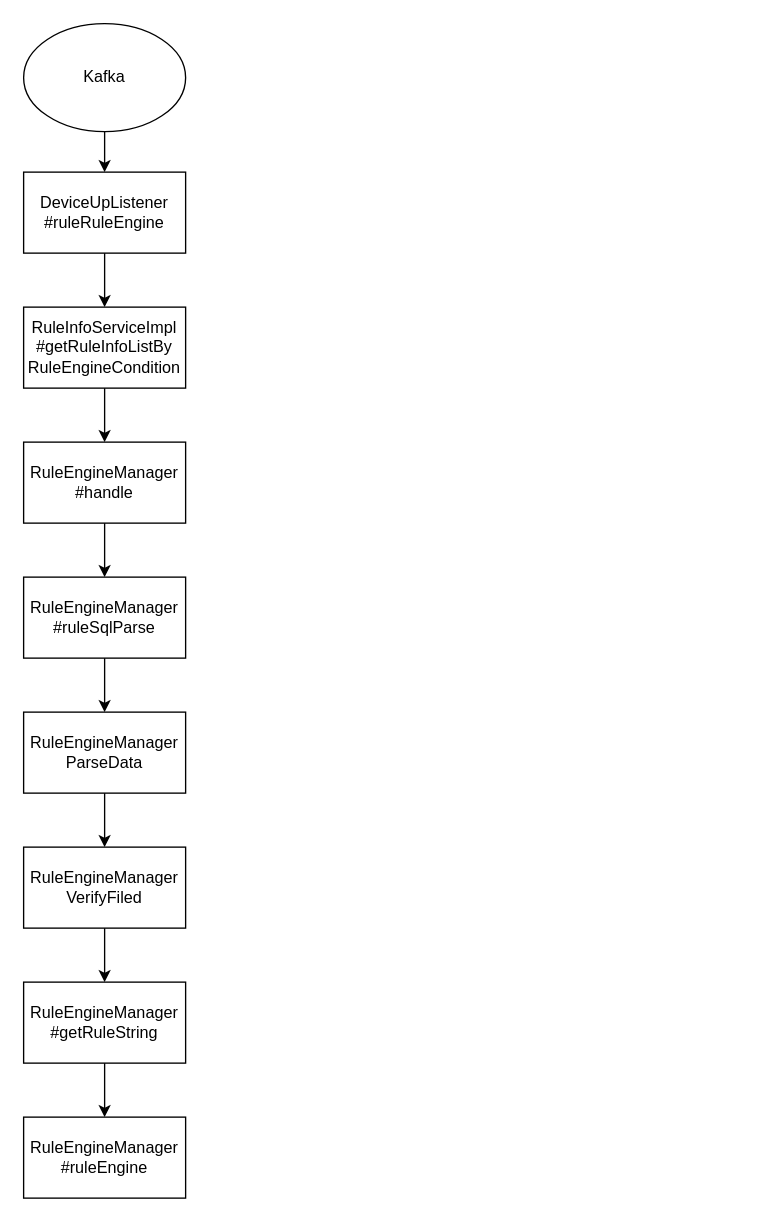
Earlier version of the draw.io diagram 规则引擎处理流程图.drawio (wjwzero/DesignDrawing-). Source tidied: cells renumbered, new cells numbered last; positions are measured from the earlier drawing's top-left corner, leaving out a move shared by most shapes. Both pictures are drawn from the tidied source at 135%, with x=0, y=0 at pixel (23, 23).
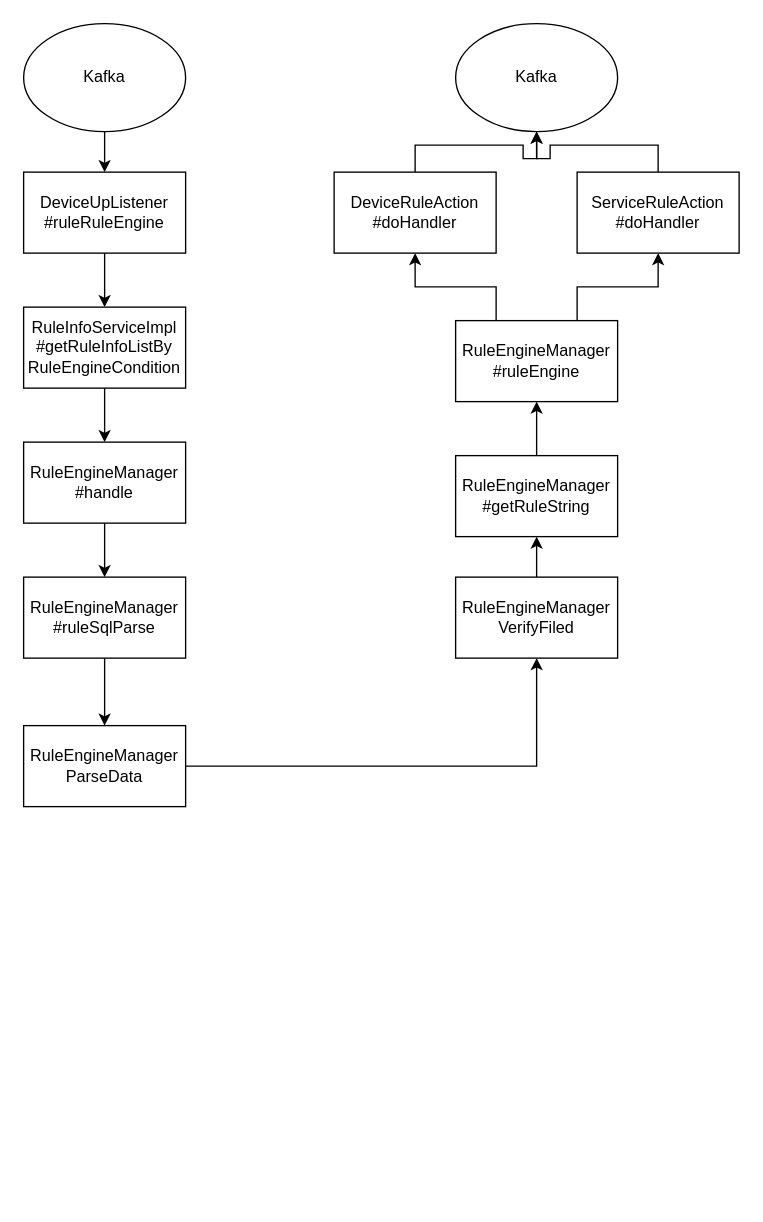
After the change.

Commit message (it also covers changes not shown here):
更新规则引擎处理流程图.drawio

The edit, as a diff of the source:
```diff
@@
     <mxCell id="13" value="RuleEngineManager&lt;br&gt;ParseData" style="whiteSpace=wrap;html=1;rounded=0;" parent="1" vertex="1">
-      <mxGeometry y="510" width="120" height="60" as="geometry" />
+      <mxGeometry y="520" width="120" height="60" as="geometry" />
     </mxCell>
@@
     <mxCell id="15" value="RuleEngineManager&lt;br&gt;VerifyFiled" style="whiteSpace=wrap;html=1;rounded=0;" parent="1" vertex="1">
-      <mxGeometry y="610" width="120" height="60" as="geometry" />
+      <mxGeometry x="320" y="410" width="120" height="60" as="geometry" />
     </mxCell>
@@
     <mxCell id="17" value="RuleEngineManager&lt;br&gt;#getRuleString" style="whiteSpace=wrap;html=1;rounded=0;" parent="1" vertex="1">
-      <mxGeometry y="710" width="120" height="60" as="geometry" />
+      <mxGeometry x="320" y="320" width="120" height="60" as="geometry" />
     </mxCell>
+    <mxCell id="19" style="edgeStyle=orthogonalEdgeStyle;rounded=0;jettySize=auto;html=1;exitX=0.25;exitY=0;exitDx=0;exitDy=0;entryX=0.5;entryY=1;entryDx=0;entryDy=0;" parent="1" edge="1" source="18" target="22">
+      <mxGeometry relative="1" as="geometry">
+        <Array as="points">
+          <mxPoint x="350" y="195" />
+          <mxPoint x="290" y="195" />
+        </Array>
+      </mxGeometry>
+    </mxCell>
+    <mxCell id="20" style="edgeStyle=orthogonalEdgeStyle;rounded=0;jettySize=auto;html=1;exitX=0.75;exitY=0;exitDx=0;exitDy=0;" parent="1" edge="1" source="18" target="24">
+      <mxGeometry relative="1" as="geometry" />
+    </mxCell>
     <mxCell id="18" value="RuleEngineManager&lt;br&gt;#ruleEngine" style="whiteSpace=wrap;html=1;rounded=0;" parent="1" vertex="1">
-      <mxGeometry y="810" width="120" height="60" as="geometry" />
+      <mxGeometry x="320" y="220" width="120" height="60" as="geometry" />
     </mxCell>
+    <mxCell id="21" style="edgeStyle=orthogonalEdgeStyle;rounded=0;jettySize=auto;html=1;exitX=0.5;exitY=0;exitDx=0;exitDy=0;entryX=0.5;entryY=1;entryDx=0;entryDy=0;" parent="1" edge="1" source="22" target="25">
+      <mxGeometry relative="1" as="geometry" />
+    </mxCell>
+    <mxCell id="22" value="DeviceRuleAction&lt;br&gt;#doHandler" style="whiteSpace=wrap;html=1;rounded=0;" parent="1" vertex="1">
+      <mxGeometry x="230" y="110" width="120" height="60" as="geometry" />
+    </mxCell>
+    <mxCell id="23" style="edgeStyle=orthogonalEdgeStyle;rounded=0;jettySize=auto;html=1;exitX=0.5;exitY=0;exitDx=0;exitDy=0;entryX=0.5;entryY=1;entryDx=0;entryDy=0;" parent="1" edge="1" source="24" target="25">
+      <mxGeometry relative="1" as="geometry" />
+    </mxCell>
+    <mxCell id="24" value="ServiceRuleAction&lt;br&gt;#doHandler" style="whiteSpace=wrap;html=1;rounded=0;" parent="1" vertex="1">
+      <mxGeometry x="410" y="110" width="120" height="60" as="geometry" />
+    </mxCell>
+    <mxCell id="25" value="Kafka" style="ellipse;whiteSpace=wrap;html=1;" parent="1" vertex="1">
+      <mxGeometry x="320" width="120" height="80" as="geometry" />
+    </mxCell>
```
